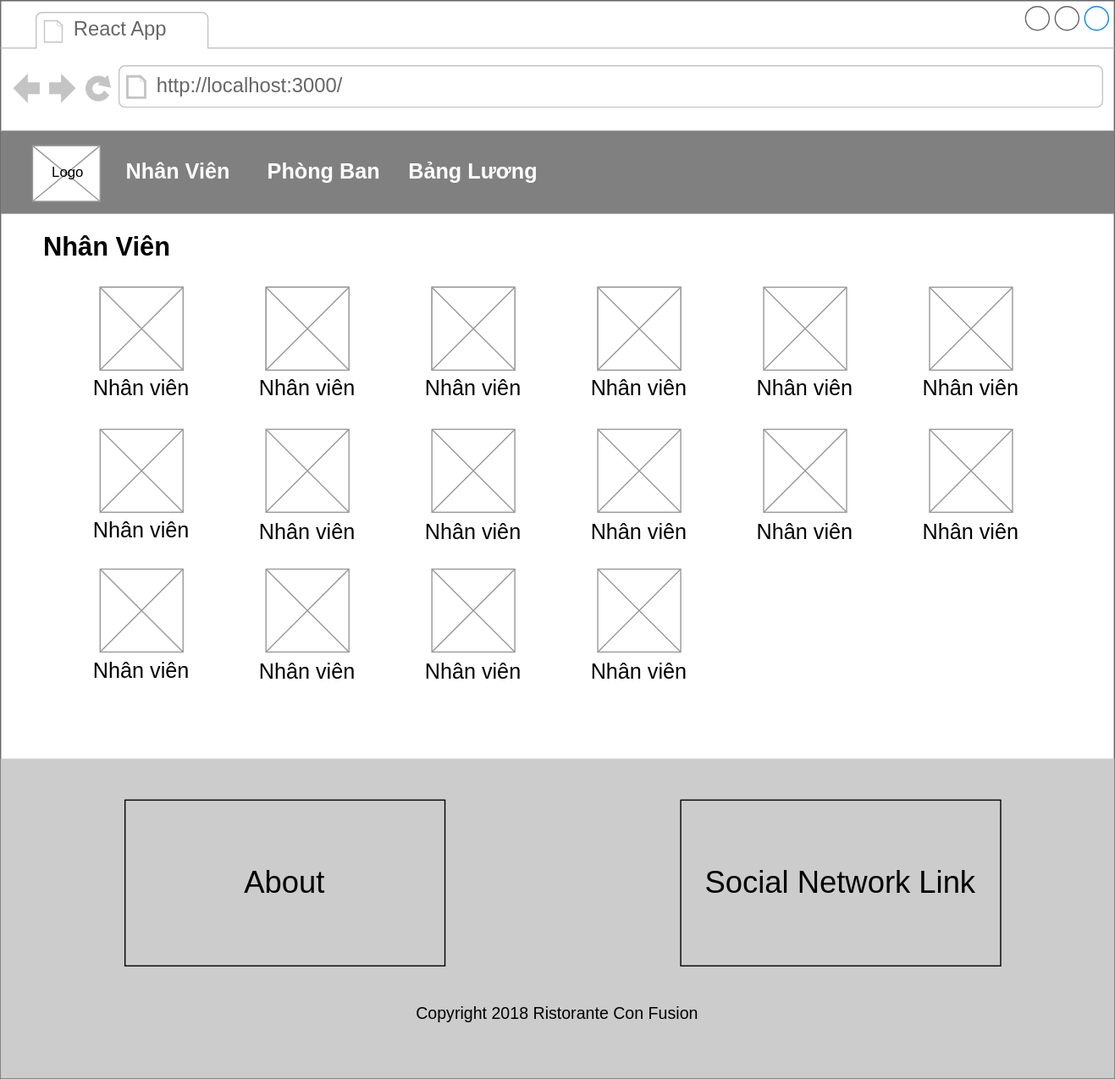
Before: Bao cao san pham/Home.svg, a diagram exported from draw.io (haitrieu0202/FUNIXReactJSASM). Source tidied: cells renumbered, new cells last; positions are measured from the earlier drawing's top-left corner, leaving out a move shared by most shapes.
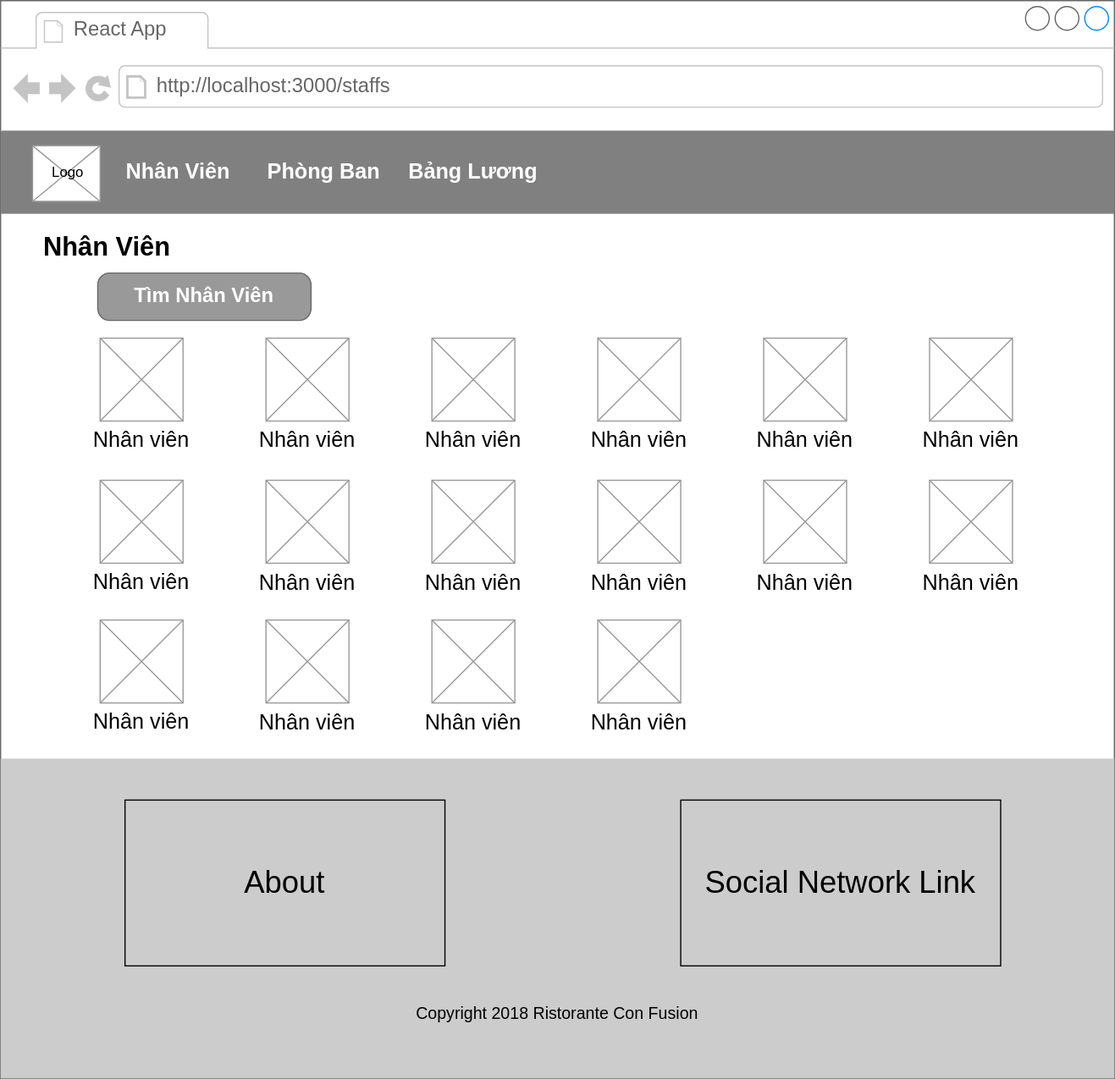
The same file after the commit.

The edit, as a diff of the source:
```diff
@@ -3,7 +3,7 @@
     <mxCell id="0" />
     <mxCell id="1" parent="0" />
     <mxCell id="2" style="strokeWidth=1;shadow=0;dashed=0;align=center;html=1;shape=mxgraph.mockup.containers.browserWindow;rSize=0;strokeColor=#666666;strokeColor2=#008cff;strokeColor3=#c4c4c4;mainText=,;" parent="1" vertex="1">
-      <mxGeometry width="940" height="910" as="geometry" />
+      <mxGeometry y="-43" width="940" height="910" as="geometry" />
     </mxCell>
     <mxCell id="3" style="rounded=0;fontSize=18;labelBackgroundColor=#007FFF;labelBorderColor=#007FFF;fontColor=#000000;html=1;whiteSpace=wrap;fillColor=#808080;strokeColor=none;" parent="2" vertex="1">
       <mxGeometry y="110" width="940" height="70" as="geometry" />
@@ -11,7 +11,7 @@
     <mxCell id="4" value="React App" style="strokeWidth=1;shadow=0;dashed=0;align=center;html=1;shape=mxgraph.mockup.containers.anchor;fontSize=17;fontColor=#666666;align=left;" parent="2" vertex="1">
       <mxGeometry x="60" y="12" width="110" height="26" as="geometry" />
     </mxCell>
-    <mxCell id="5" value="http://localhost:3000/" style="strokeWidth=1;shadow=0;dashed=0;align=center;html=1;shape=mxgraph.mockup.containers.anchor;rSize=0;fontSize=17;fontColor=#666666;align=left;" parent="2" vertex="1">
+    <mxCell id="5" value="http://localhost:3000/staffs" style="strokeWidth=1;shadow=0;dashed=0;align=center;html=1;shape=mxgraph.mockup.containers.anchor;rSize=0;fontSize=17;fontColor=#666666;align=left;" parent="2" vertex="1">
       <mxGeometry x="130" y="60" width="250" height="26" as="geometry" />
     </mxCell>
     <mxCell id="6" style="verticalLabelPosition=bottom;shadow=0;dashed=0;align=center;html=1;verticalAlign=top;strokeWidth=1;shape=mxgraph.mockup.graphics.simpleIcon;strokeColor=#999999;fontStyle=0;" parent="2" vertex="1">
@@ -23,74 +23,62 @@
     <mxCell id="8" value="&lt;b&gt;&lt;font style=&quot;font-size: 22px;&quot;&gt;Nhân Viên&lt;/font&gt;&lt;/b&gt;" style="text;html=1;strokeColor=none;fillColor=none;align=center;verticalAlign=middle;whiteSpace=wrap;rounded=0;" parent="2" vertex="1">
       <mxGeometry x="20" y="179" width="140" height="60" as="geometry" />
     </mxCell>
-    <mxCell id="9" style="verticalLabelPosition=bottom;shadow=0;dashed=0;align=center;html=1;verticalAlign=top;strokeWidth=1;shape=mxgraph.mockup.graphics.simpleIcon;strokeColor=#999999;fontSize=22;" parent="2" vertex="1">
-      <mxGeometry x="364" y="242" width="70" height="70" as="geometry" />
-    </mxCell>
-    <mxCell id="10" style="verticalLabelPosition=bottom;shadow=0;dashed=0;align=center;html=1;verticalAlign=top;strokeWidth=1;shape=mxgraph.mockup.graphics.simpleIcon;strokeColor=#999999;fontSize=22;" parent="2" vertex="1">
-      <mxGeometry x="224" y="242" width="70" height="70" as="geometry" />
-    </mxCell>
-    <mxCell id="11" style="verticalLabelPosition=bottom;shadow=0;dashed=0;align=center;html=1;verticalAlign=top;strokeWidth=1;shape=mxgraph.mockup.graphics.simpleIcon;strokeColor=#999999;fontSize=22;" parent="2" vertex="1">
-      <mxGeometry x="84" y="242" width="70" height="70" as="geometry" />
-    </mxCell>
     <mxCell id="12" style="verticalLabelPosition=bottom;shadow=0;dashed=0;align=center;html=1;verticalAlign=top;strokeWidth=1;shape=mxgraph.mockup.graphics.simpleIcon;strokeColor=#999999;fontSize=22;" parent="2" vertex="1">
-      <mxGeometry x="784" y="242" width="70" height="70" as="geometry" />
+      <mxGeometry x="784" y="285" width="70" height="70" as="geometry" />
     </mxCell>
     <mxCell id="13" style="verticalLabelPosition=bottom;shadow=0;dashed=0;align=center;html=1;verticalAlign=top;strokeWidth=1;shape=mxgraph.mockup.graphics.simpleIcon;strokeColor=#999999;fontSize=22;" parent="2" vertex="1">
-      <mxGeometry x="644" y="242" width="70" height="70" as="geometry" />
+      <mxGeometry x="644" y="285" width="70" height="70" as="geometry" />
     </mxCell>
-    <mxCell id="14" style="verticalLabelPosition=bottom;shadow=0;dashed=0;align=center;html=1;verticalAlign=top;strokeWidth=1;shape=mxgraph.mockup.graphics.simpleIcon;strokeColor=#999999;fontSize=22;" parent="2" vertex="1">
-      <mxGeometry x="504" y="242" width="70" height="70" as="geometry" />
-    </mxCell>
     <mxCell id="15" value="&lt;font style=&quot;font-size: 18px;&quot;&gt;Nhân viên&lt;/font&gt;" style="text;html=1;strokeColor=none;fillColor=none;align=center;verticalAlign=middle;whiteSpace=wrap;rounded=0;fontSize=22;" parent="2" vertex="1">
-      <mxGeometry x="19" y="312" width="200" height="30" as="geometry" />
+      <mxGeometry x="19" y="355" width="200" height="30" as="geometry" />
     </mxCell>
     <mxCell id="16" value="&lt;span style=&quot;font-size: 18px;&quot;&gt;Nhân viên&lt;/span&gt;" style="text;html=1;strokeColor=none;fillColor=none;align=center;verticalAlign=middle;whiteSpace=wrap;rounded=0;fontSize=22;" parent="2" vertex="1">
-      <mxGeometry x="159" y="312" width="200" height="30" as="geometry" />
+      <mxGeometry x="159" y="355" width="200" height="30" as="geometry" />
     </mxCell>
     <mxCell id="17" value="&lt;span style=&quot;font-size: 18px;&quot;&gt;Nhân viên&lt;/span&gt;" style="text;html=1;strokeColor=none;fillColor=none;align=center;verticalAlign=middle;whiteSpace=wrap;rounded=0;fontSize=22;" parent="2" vertex="1">
-      <mxGeometry x="299" y="312" width="200" height="30" as="geometry" />
+      <mxGeometry x="299" y="355" width="200" height="30" as="geometry" />
     </mxCell>
     <mxCell id="18" value="&lt;font style=&quot;font-size: 18px;&quot;&gt;Nhân viên&lt;br&gt;&lt;/font&gt;" style="text;html=1;strokeColor=none;fillColor=none;align=center;verticalAlign=middle;whiteSpace=wrap;rounded=0;fontSize=22;" parent="2" vertex="1">
-      <mxGeometry x="439" y="312" width="200" height="30" as="geometry" />
+      <mxGeometry x="439" y="355" width="200" height="30" as="geometry" />
     </mxCell>
     <mxCell id="19" value="&lt;font style=&quot;font-size: 18px;&quot;&gt;Nhân viên&lt;br&gt;&lt;/font&gt;" style="text;html=1;strokeColor=none;fillColor=none;align=center;verticalAlign=middle;whiteSpace=wrap;rounded=0;fontSize=22;" parent="2" vertex="1">
-      <mxGeometry x="579" y="312" width="200" height="30" as="geometry" />
+      <mxGeometry x="579" y="355" width="200" height="30" as="geometry" />
     </mxCell>
     <mxCell id="20" value="&lt;font style=&quot;font-size: 18px;&quot;&gt;Nhân viên&lt;br&gt;&lt;/font&gt;" style="text;html=1;strokeColor=none;fillColor=none;align=center;verticalAlign=middle;whiteSpace=wrap;rounded=0;fontSize=22;" parent="2" vertex="1">
-      <mxGeometry x="719" y="312" width="200" height="30" as="geometry" />
+      <mxGeometry x="719" y="355" width="200" height="30" as="geometry" />
     </mxCell>
     <mxCell id="21" style="verticalLabelPosition=bottom;shadow=0;dashed=0;align=center;html=1;verticalAlign=top;strokeWidth=1;shape=mxgraph.mockup.graphics.simpleIcon;strokeColor=#999999;fontSize=22;" parent="2" vertex="1">
-      <mxGeometry x="84" y="242" width="70" height="70" as="geometry" />
+      <mxGeometry x="84" y="285" width="70" height="70" as="geometry" />
     </mxCell>
     <mxCell id="22" style="verticalLabelPosition=bottom;shadow=0;dashed=0;align=center;html=1;verticalAlign=top;strokeWidth=1;shape=mxgraph.mockup.graphics.simpleIcon;strokeColor=#999999;fontSize=22;" parent="2" vertex="1">
-      <mxGeometry x="224" y="242" width="70" height="70" as="geometry" />
+      <mxGeometry x="224" y="285" width="70" height="70" as="geometry" />
     </mxCell>
     <mxCell id="23" style="verticalLabelPosition=bottom;shadow=0;dashed=0;align=center;html=1;verticalAlign=top;strokeWidth=1;shape=mxgraph.mockup.graphics.simpleIcon;strokeColor=#999999;fontSize=22;" parent="2" vertex="1">
-      <mxGeometry x="364" y="242" width="70" height="70" as="geometry" />
+      <mxGeometry x="364" y="285" width="70" height="70" as="geometry" />
     </mxCell>
     <mxCell id="24" style="verticalLabelPosition=bottom;shadow=0;dashed=0;align=center;html=1;verticalAlign=top;strokeWidth=1;shape=mxgraph.mockup.graphics.simpleIcon;strokeColor=#999999;fontSize=22;" parent="2" vertex="1">
-      <mxGeometry x="504" y="242" width="70" height="70" as="geometry" />
+      <mxGeometry x="504" y="285" width="70" height="70" as="geometry" />
     </mxCell>
     <mxCell id="25" style="verticalLabelPosition=bottom;shadow=0;dashed=0;align=center;html=1;verticalAlign=top;strokeWidth=1;shape=mxgraph.mockup.graphics.simpleIcon;strokeColor=#999999;fontSize=22;" parent="2" vertex="1">
-      <mxGeometry x="84" y="362" width="70" height="70" as="geometry" />
+      <mxGeometry x="84" y="405" width="70" height="70" as="geometry" />
     </mxCell>
     <mxCell id="26" style="verticalLabelPosition=bottom;shadow=0;dashed=0;align=center;html=1;verticalAlign=top;strokeWidth=1;shape=mxgraph.mockup.graphics.simpleIcon;strokeColor=#999999;fontSize=22;" parent="2" vertex="1">
-      <mxGeometry x="224" y="362" width="70" height="70" as="geometry" />
+      <mxGeometry x="224" y="405" width="70" height="70" as="geometry" />
     </mxCell>
     <mxCell id="27" style="verticalLabelPosition=bottom;shadow=0;dashed=0;align=center;html=1;verticalAlign=top;strokeWidth=1;shape=mxgraph.mockup.graphics.simpleIcon;strokeColor=#999999;fontSize=22;" parent="2" vertex="1">
-      <mxGeometry x="364" y="362" width="70" height="70" as="geometry" />
+      <mxGeometry x="364" y="405" width="70" height="70" as="geometry" />
     </mxCell>
     <mxCell id="28" style="verticalLabelPosition=bottom;shadow=0;dashed=0;align=center;html=1;verticalAlign=top;strokeWidth=1;shape=mxgraph.mockup.graphics.simpleIcon;strokeColor=#999999;fontSize=22;" parent="2" vertex="1">
-      <mxGeometry x="504" y="362" width="70" height="70" as="geometry" />
+      <mxGeometry x="504" y="405" width="70" height="70" as="geometry" />
     </mxCell>
     <mxCell id="29" style="verticalLabelPosition=bottom;shadow=0;dashed=0;align=center;html=1;verticalAlign=top;strokeWidth=1;shape=mxgraph.mockup.graphics.simpleIcon;strokeColor=#999999;fontSize=22;" parent="2" vertex="1">
-      <mxGeometry x="644" y="362" width="70" height="70" as="geometry" />
+      <mxGeometry x="644" y="405" width="70" height="70" as="geometry" />
     </mxCell>
     <mxCell id="30" style="verticalLabelPosition=bottom;shadow=0;dashed=0;align=center;html=1;verticalAlign=top;strokeWidth=1;shape=mxgraph.mockup.graphics.simpleIcon;strokeColor=#999999;fontSize=22;" parent="2" vertex="1">
-      <mxGeometry x="784" y="362" width="70" height="70" as="geometry" />
+      <mxGeometry x="784" y="405" width="70" height="70" as="geometry" />
     </mxCell>
     <mxCell id="31" value="&lt;span style=&quot;font-size: 18px;&quot;&gt;Nhân viên&lt;/span&gt;" style="text;html=1;strokeColor=none;fillColor=none;align=center;verticalAlign=middle;whiteSpace=wrap;rounded=0;fontSize=22;" parent="2" vertex="1">
-      <mxGeometry x="19" y="432" width="200" height="30" as="geometry" />
+      <mxGeometry x="19" y="475" width="200" height="30" as="geometry" />
     </mxCell>
     <mxCell id="32" value="&lt;b&gt;&lt;font color=&quot;#ffffff&quot;&gt;Nhân Viên&lt;/font&gt;&lt;/b&gt;" style="text;html=1;strokeColor=none;fillColor=none;align=center;verticalAlign=middle;whiteSpace=wrap;rounded=0;labelBackgroundColor=none;labelBorderColor=none;fontSize=18;fontColor=#000000;" parent="2" vertex="1">
       <mxGeometry x="87" y="130" width="126" height="30" as="geometry" />
@@ -110,6 +98,9 @@
     <mxCell id="37" value="&lt;font style=&quot;font-size: 26px;&quot;&gt;Social Network Link&lt;/font&gt;" style="text;html=1;strokeColor=default;fillColor=none;align=center;verticalAlign=middle;whiteSpace=wrap;rounded=0;fontSize=14;" parent="2" vertex="1">
       <mxGeometry x="574" y="675" width="270" height="140" as="geometry" />
     </mxCell>
+    <mxCell id="52" value="Tìm Nhân Viên" style="strokeWidth=1;shadow=0;dashed=0;align=center;html=1;shape=mxgraph.mockup.buttons.button;strokeColor=#666666;fontColor=#ffffff;mainText=;buttonStyle=round;fontSize=17;fontStyle=1;fillColor=#999999;whiteSpace=wrap;" parent="2" vertex="1">
+      <mxGeometry x="82" y="230" width="180" height="40" as="geometry" />
+    </mxCell>
     <mxCell id="38" value="&lt;font style=&quot;font-size: 18px;&quot;&gt;Nhân viên&lt;br&gt;&lt;/font&gt;" style="text;html=1;strokeColor=none;fillColor=none;align=center;verticalAlign=middle;whiteSpace=wrap;rounded=0;fontSize=22;" parent="1" vertex="1">
       <mxGeometry x="579" y="433" width="200" height="30" as="geometry" />
     </mxCell>
@@ -150,7 +141,7 @@
       <mxGeometry x="439" y="551" width="200" height="30" as="geometry" />
     </mxCell>
     <mxCell id="51" value="&lt;font style=&quot;font-size: 26px;&quot;&gt;About&lt;/font&gt;" style="text;html=1;strokeColor=default;fillColor=none;align=center;verticalAlign=middle;whiteSpace=wrap;rounded=0;" parent="1" vertex="1">
-      <mxGeometry x="105" y="675" width="270" height="140" as="geometry" />
+      <mxGeometry x="105" y="632" width="270" height="140" as="geometry" />
     </mxCell>
   </root>
 </mxGraphModel>
```
